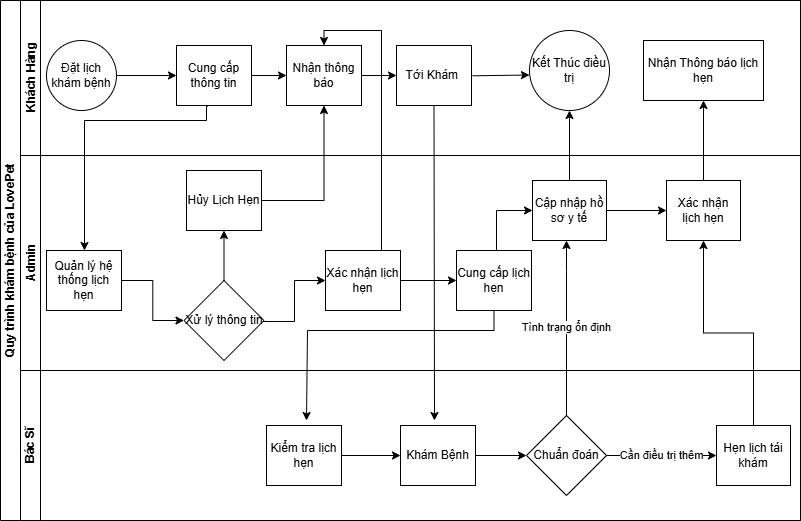
Above: QuyTrinhKhamBenh.drawio.png in Junglou/-n (draw.io), before the change. Source tidied: cells renumbered, new cells last; positions are measured from the earlier drawing's top-left corner, leaving out a move shared by most shapes.
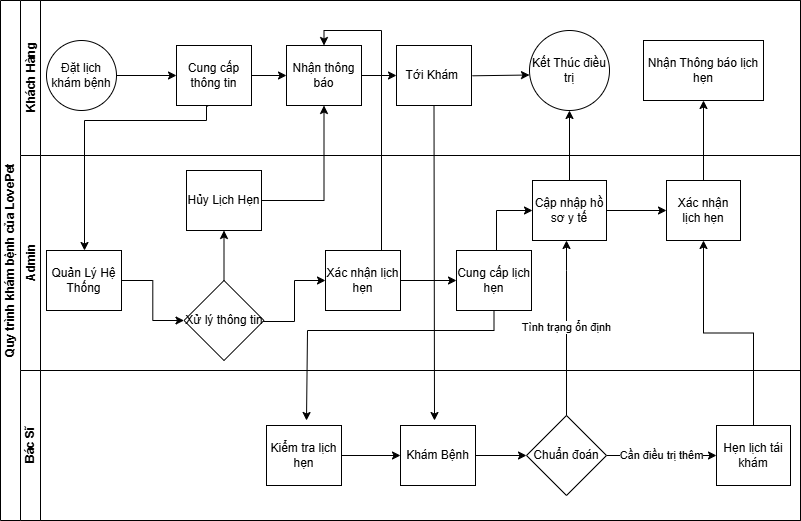
After the change.

Change to the diagram source:
```diff
@@ -47,7 +47,7 @@
     <mxCell id="15" style="edgeStyle=orthogonalEdgeStyle;rounded=0;jettySize=auto;html=1;entryX=0;entryY=0.5;entryDx=0;entryDy=0;" parent="14" edge="1" source="16" target="26">
       <mxGeometry relative="1" as="geometry" />
     </mxCell>
-    <mxCell id="16" value="Quản lý hệ thống lịch hẹn" style="whiteSpace=wrap;html=1;" parent="14" vertex="1">
+    <mxCell id="16" value="Quản Lý Hệ Thống" style="whiteSpace=wrap;html=1;" parent="14" vertex="1">
       <mxGeometry x="26" y="95" width="75" height="60" as="geometry" />
     </mxCell>
     <mxCell id="17" style="edgeStyle=orthogonalEdgeStyle;rounded=0;jettySize=auto;html=1;" parent="14" edge="1" target="20">
```
